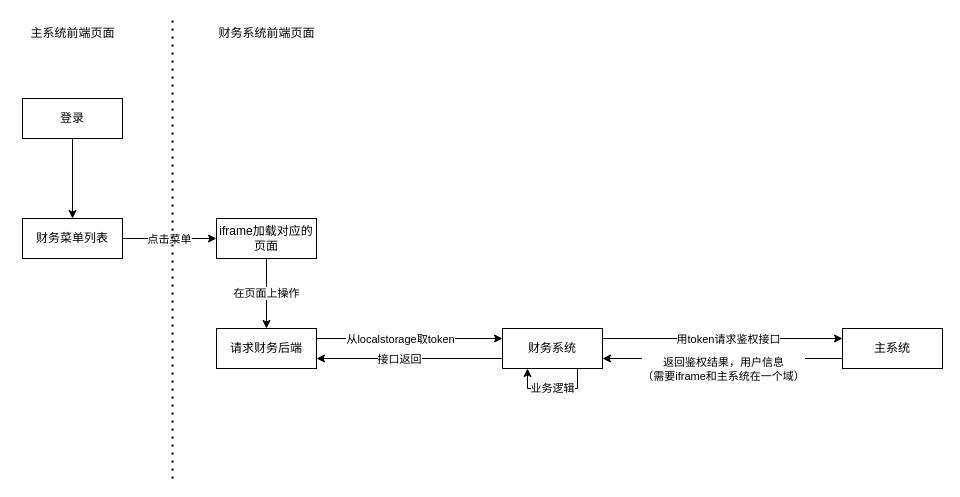
k525056857/mfr keeps this draw.io diagram as 132.drawio. Above is the earlier version. Source tidied: cells renumbered, new cells numbered last; positions are measured from the earlier drawing's top-left corner, leaving out a move shared by most shapes. Both pictures are drawn from the tidied source at 100%, with x=0, y=0 at pixel (17, 18).
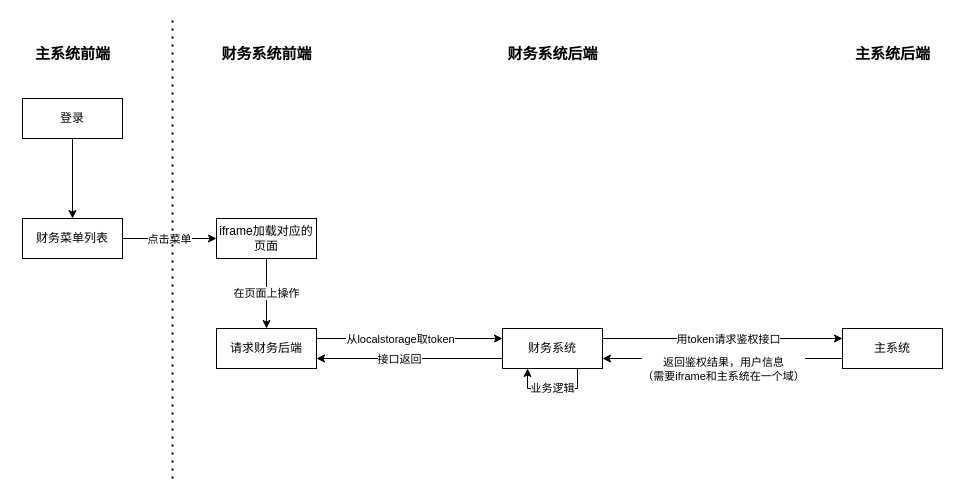
After the change.

Diff of the diagram source:
```diff
@@
-    <mxCell id="22" value="主系统前端页面" style="text;html=1;align=center;verticalAlign=middle;strokeColor=none;fillColor=none;" parent="1" vertex="1">
-      <mxGeometry width="110" height="30" as="geometry" />
+    <mxCell id="22" value="主系统前端" style="text;html=1;align=center;verticalAlign=middle;strokeColor=none;fillColor=none;fontStyle=1;fontSize=15;" parent="1" vertex="1">
+      <mxGeometry x="5" y="20" width="100" height="30" as="geometry" />
     </mxCell>
-    <mxCell id="23" value="财务系统前端页面" style="text;html=1;align=center;verticalAlign=middle;strokeColor=none;fillColor=none;" parent="1" vertex="1">
-      <mxGeometry x="189" width="120" height="30" as="geometry" />
+    <mxCell id="23" value="财务系统前端" style="text;html=1;align=center;verticalAlign=middle;strokeColor=none;fillColor=none;fontStyle=1;fontSize=15;" parent="1" vertex="1">
+      <mxGeometry x="194" y="20" width="110" height="30" as="geometry" />
     </mxCell>
+    <mxCell id="24" value="财务系统后端" style="text;html=1;align=center;verticalAlign=middle;strokeColor=none;fillColor=none;fontStyle=1;fontSize=15;" parent="1" vertex="1">
+      <mxGeometry x="480" y="20" width="110" height="30" as="geometry" />
+    </mxCell>
+    <mxCell id="25" value="主系统后端" style="text;html=1;align=center;verticalAlign=middle;strokeColor=none;fillColor=none;fontStyle=1;fontSize=15;" parent="1" vertex="1">
+      <mxGeometry x="825" y="20" width="100" height="30" as="geometry" />
+    </mxCell>
```
